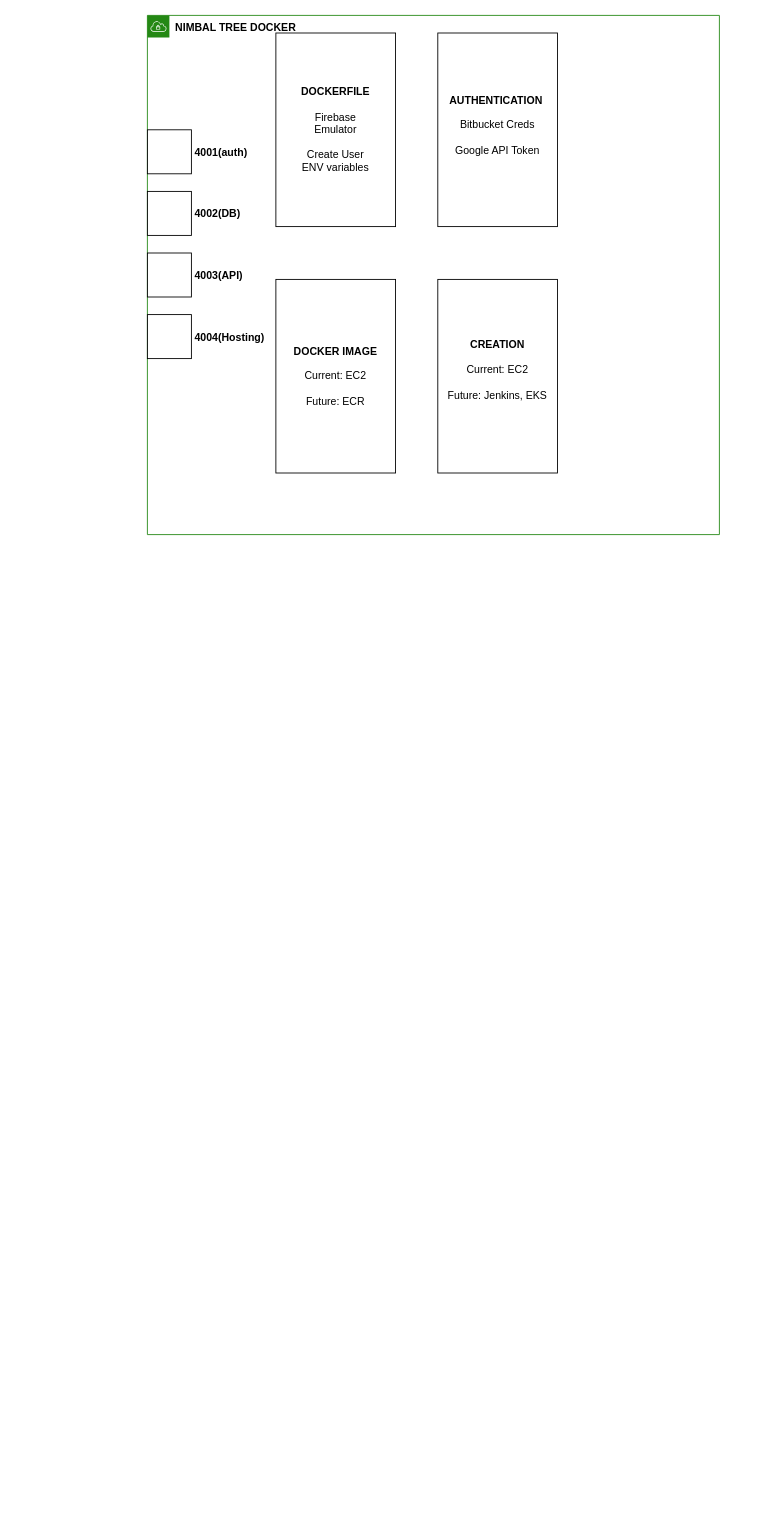
haarsh31/architecture keeps this draw.io diagram as page "NIMBAL TREE DOCKER" (4 of 7) of Nimbal.drawio. Above is the earlier version. Source tidied: cells renumbered, new cells numbered last; positions are measured from the earlier drawing's top-left corner, leaving out a move shared by most shapes. Both pictures are drawn from the tidied source at 88%, with x=0, y=0 at pixel (147, 15).
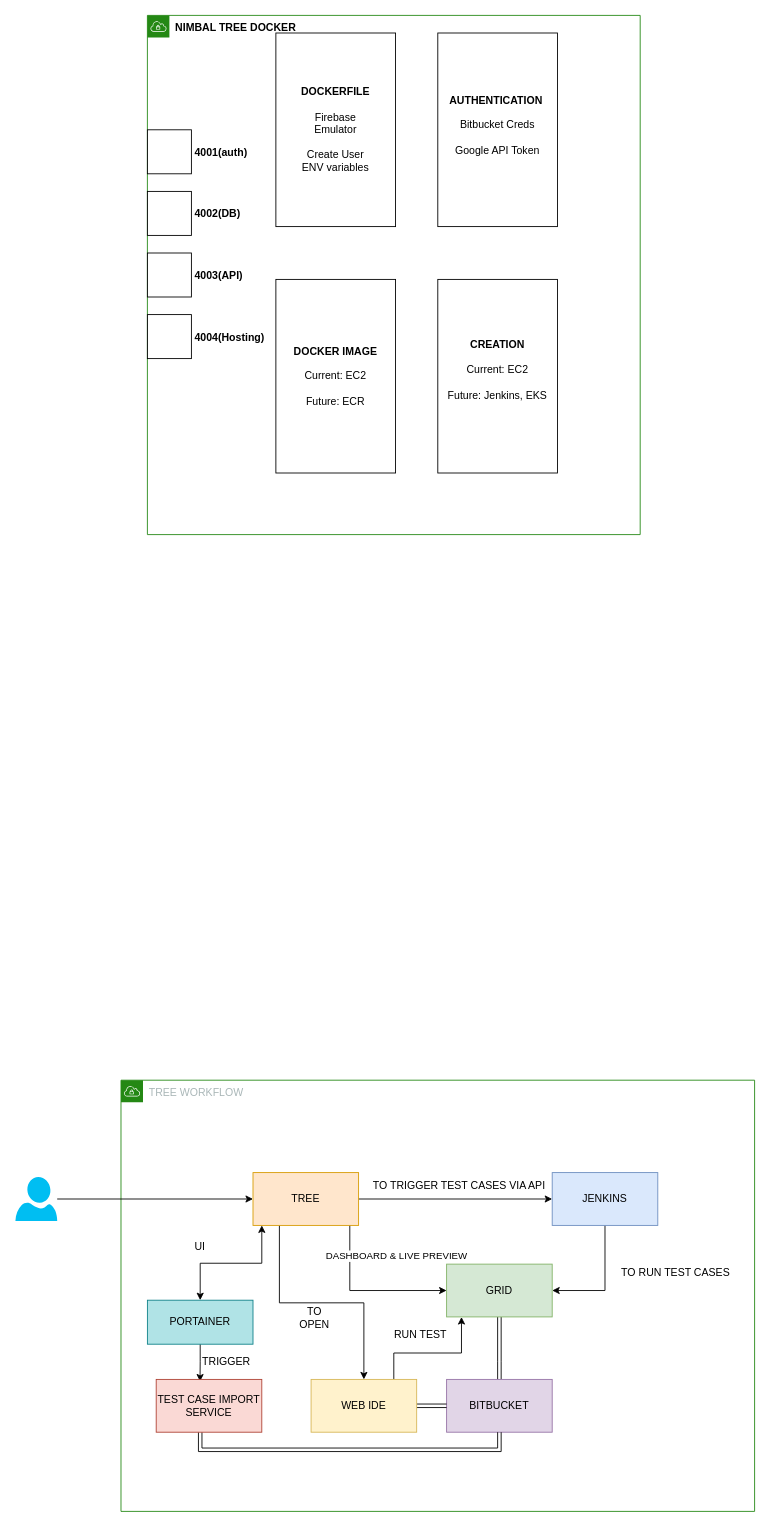
The same page after the edit.

What changed in the source:
```diff
@@
+    <mxCell id="13" value="TREE WORKFLOW" style="gradientColor=none;html=1;whiteSpace=wrap;fontSize=12;fontStyle=0;shape=mxgraph.aws4.group;grIcon=mxgraph.aws4.group_vpc;strokeColor=#248814;fillColor=default;verticalAlign=top;align=left;spacingLeft=30;fontColor=#AAB7B8;dashed=0;shadow=0;" parent="1" vertex="1">
+      <mxGeometry x="-30" y="1210" width="720" height="490" as="geometry" />
+    </mxCell>
+    <mxCell id="14" style="edgeStyle=orthogonalEdgeStyle;rounded=0;jettySize=auto;html=1;shape=link;" parent="1" edge="1" source="26" target="28">
+      <mxGeometry relative="1" as="geometry">
+        <Array as="points">
+          <mxPoint x="400" y="1530" />
+        </Array>
+      </mxGeometry>
+    </mxCell>
     <mxCell id="2" value="&lt;b&gt;&lt;font color=&quot;#000000&quot;&gt;NIMBAL TREE DOCKER&lt;/font&gt;&lt;/b&gt;" style="gradientColor=none;html=1;whiteSpace=wrap;fontSize=12;fontStyle=0;shape=mxgraph.aws4.group;grIcon=mxgraph.aws4.group_vpc;strokeColor=#248814;fillColor=default;verticalAlign=top;align=left;spacingLeft=30;fontColor=#AAB7B8;dashed=0;" parent="1" vertex="1">
-      <mxGeometry width="650" height="590" as="geometry" />
+      <mxGeometry width="560" height="590" as="geometry" />
     </mxCell>
@@
+    <mxCell id="15" style="edgeStyle=orthogonalEdgeStyle;rounded=0;jettySize=auto;html=1;entryX=0;entryY=0.5;entryDx=0;entryDy=0;" parent="1" edge="1" source="16" target="22">
+      <mxGeometry relative="1" as="geometry" />
+    </mxCell>
+    <mxCell id="16" style="verticalLabelPosition=bottom;html=1;verticalAlign=top;align=center;strokeColor=none;fillColor=#00BEF2;shape=mxgraph.azure.user;" parent="1" vertex="1">
+      <mxGeometry x="-150" y="1320" width="47.5" height="50" as="geometry" />
+    </mxCell>
+    <mxCell id="17" style="edgeStyle=orthogonalEdgeStyle;rounded=0;jettySize=auto;html=1;entryX=0;entryY=0.5;entryDx=0;entryDy=0;" parent="1" edge="1" source="22" target="24">
+      <mxGeometry relative="1" as="geometry" />
+    </mxCell>
+    <mxCell id="18" style="edgeStyle=orthogonalEdgeStyle;rounded=0;jettySize=auto;html=1;entryX=0;entryY=0.5;entryDx=0;entryDy=0;" parent="1" edge="1" source="22" target="26">
+      <mxGeometry relative="1" as="geometry">
+        <Array as="points">
+          <mxPoint x="230" y="1449" />
+        </Array>
+      </mxGeometry>
+    </mxCell>
+    <mxCell id="19" value="DASHBOARD &amp;amp; LIVE PREVIEW" style="edgeLabel;html=1;align=center;verticalAlign=middle;" parent="18" vertex="1">
+      <mxGeometry x="-0.34" y="-13" relative="1" as="geometry">
+        <mxPoint x="65" y="-27" as="offset" />
+      </mxGeometry>
+    </mxCell>
+    <mxCell id="20" style="edgeStyle=orthogonalEdgeStyle;rounded=0;jettySize=auto;html=1;entryX=0.5;entryY=0;entryDx=0;entryDy=0;" parent="1" edge="1" source="22" target="31">
+      <mxGeometry relative="1" as="geometry">
+        <Array as="points">
+          <mxPoint x="150" y="1463" />
+          <mxPoint x="246" y="1463" />
+        </Array>
+      </mxGeometry>
+    </mxCell>
+    <mxCell id="21" style="edgeStyle=orthogonalEdgeStyle;rounded=0;jettySize=auto;html=1;entryX=0.5;entryY=0;entryDx=0;entryDy=0;anchorPointDirection=1;startArrow=classic;startFill=1;" parent="1" edge="1" source="22" target="33">
+      <mxGeometry relative="1" as="geometry">
+        <Array as="points">
+          <mxPoint x="130" y="1418" />
+          <mxPoint x="60" y="1418" />
+        </Array>
+      </mxGeometry>
+    </mxCell>
+    <mxCell id="22" value="TREE" style="rounded=0;whiteSpace=wrap;html=1;fillColor=#ffe6cc;strokeColor=#d79b00;" parent="1" vertex="1">
+      <mxGeometry x="120" y="1315" width="120" height="60" as="geometry" />
+    </mxCell>
+    <mxCell id="23" style="edgeStyle=orthogonalEdgeStyle;rounded=0;jettySize=auto;html=1;entryX=1;entryY=0.5;entryDx=0;entryDy=0;" parent="1" edge="1" source="24" target="26">
+      <mxGeometry relative="1" as="geometry" />
+    </mxCell>
+    <mxCell id="24" value="JENKINS" style="rounded=0;whiteSpace=wrap;html=1;fillColor=#dae8fc;strokeColor=#6c8ebf;" parent="1" vertex="1">
+      <mxGeometry x="460" y="1315" width="120" height="60" as="geometry" />
+    </mxCell>
+    <mxCell id="25" value="TO TRIGGER TEST CASES VIA API" style="text;html=1;align=center;verticalAlign=middle;strokeColor=none;fillColor=none;" parent="1" vertex="1">
+      <mxGeometry x="249" y="1320" width="210" height="20" as="geometry" />
+    </mxCell>
+    <mxCell id="26" value="GRID" style="rounded=0;whiteSpace=wrap;html=1;fillColor=#d5e8d4;strokeColor=#82b366;" parent="1" vertex="1">
+      <mxGeometry x="340" y="1419" width="120" height="60" as="geometry" />
+    </mxCell>
+    <mxCell id="27" value="TO RUN TEST CASES" style="text;html=1;align=center;verticalAlign=middle;strokeColor=none;fillColor=none;" parent="1" vertex="1">
+      <mxGeometry x="530" y="1419" width="140" height="20" as="geometry" />
+    </mxCell>
+    <mxCell id="28" value="BITBUCKET" style="rounded=0;whiteSpace=wrap;html=1;fillColor=#e1d5e7;strokeColor=#9673a6;" parent="1" vertex="1">
+      <mxGeometry x="340" y="1550" width="120" height="60" as="geometry" />
+    </mxCell>
+    <mxCell id="29" style="edgeStyle=orthogonalEdgeStyle;rounded=0;jettySize=auto;html=1;entryX=0;entryY=0.5;entryDx=0;entryDy=0;shape=link;" parent="1" edge="1" source="31" target="28">
+      <mxGeometry relative="1" as="geometry" />
+    </mxCell>
+    <mxCell id="30" style="edgeStyle=orthogonalEdgeStyle;rounded=0;jettySize=auto;html=1;entryX=0.141;entryY=1.002;entryDx=0;entryDy=0;entryPerimeter=0;" parent="1" edge="1" source="31" target="26">
+      <mxGeometry relative="1" as="geometry">
+        <Array as="points">
+          <mxPoint x="280" y="1520" />
+          <mxPoint x="357" y="1520" />
+        </Array>
+      </mxGeometry>
+    </mxCell>
+    <mxCell id="31" value="WEB IDE" style="rounded=0;whiteSpace=wrap;html=1;fillColor=#fff2cc;strokeColor=#d6b656;" parent="1" vertex="1">
+      <mxGeometry x="186" y="1550" width="120" height="60" as="geometry" />
+    </mxCell>
+    <mxCell id="32" style="edgeStyle=orthogonalEdgeStyle;rounded=0;jettySize=auto;html=1;entryX=0.415;entryY=0.04;entryDx=0;entryDy=0;entryPerimeter=0;" parent="1" edge="1" source="33" target="35">
+      <mxGeometry relative="1" as="geometry" />
+    </mxCell>
+    <mxCell id="33" value="PORTAINER" style="rounded=0;whiteSpace=wrap;html=1;shadow=0;fillColor=#b0e3e6;strokeColor=#0e8088;" parent="1" vertex="1">
+      <mxGeometry y="1460" width="120" height="50" as="geometry" />
+    </mxCell>
+    <mxCell id="34" style="edgeStyle=orthogonalEdgeStyle;rounded=0;jettySize=auto;html=1;entryX=0.5;entryY=1;entryDx=0;entryDy=0;shape=link;" parent="1" edge="1" source="35" target="28">
+      <mxGeometry relative="1" as="geometry">
+        <Array as="points">
+          <mxPoint x="60" y="1630" />
+          <mxPoint x="400" y="1630" />
+        </Array>
+      </mxGeometry>
+    </mxCell>
+    <mxCell id="35" value="TEST CASE IMPORT&lt;br&gt;SERVICE" style="rounded=0;whiteSpace=wrap;html=1;shadow=0;fillColor=#fad9d5;strokeColor=#ae4132;" parent="1" vertex="1">
+      <mxGeometry x="10" y="1550" width="120" height="60" as="geometry" />
+    </mxCell>
+    <mxCell id="36" value="UI" style="text;html=1;strokeColor=none;fillColor=none;align=center;verticalAlign=middle;whiteSpace=wrap;rounded=0;shadow=0;" parent="1" vertex="1">
+      <mxGeometry x="40" y="1390" width="40" height="20" as="geometry" />
+    </mxCell>
+    <mxCell id="37" value="TRIGGER" style="text;html=1;strokeColor=none;fillColor=none;align=center;verticalAlign=middle;whiteSpace=wrap;rounded=0;shadow=0;" parent="1" vertex="1">
+      <mxGeometry x="70" y="1520" width="40" height="20" as="geometry" />
+    </mxCell>
+    <mxCell id="38" value="TO OPEN" style="text;html=1;strokeColor=none;fillColor=none;align=center;verticalAlign=middle;whiteSpace=wrap;rounded=0;shadow=0;" parent="1" vertex="1">
+      <mxGeometry x="170" y="1470" width="40" height="20" as="geometry" />
+    </mxCell>
+    <mxCell id="39" value="RUN TEST" style="text;html=1;align=center;verticalAlign=middle;strokeColor=none;fillColor=none;" parent="1" vertex="1">
+      <mxGeometry x="270" y="1490" width="80" height="20" as="geometry" />
+    </mxCell>
```
